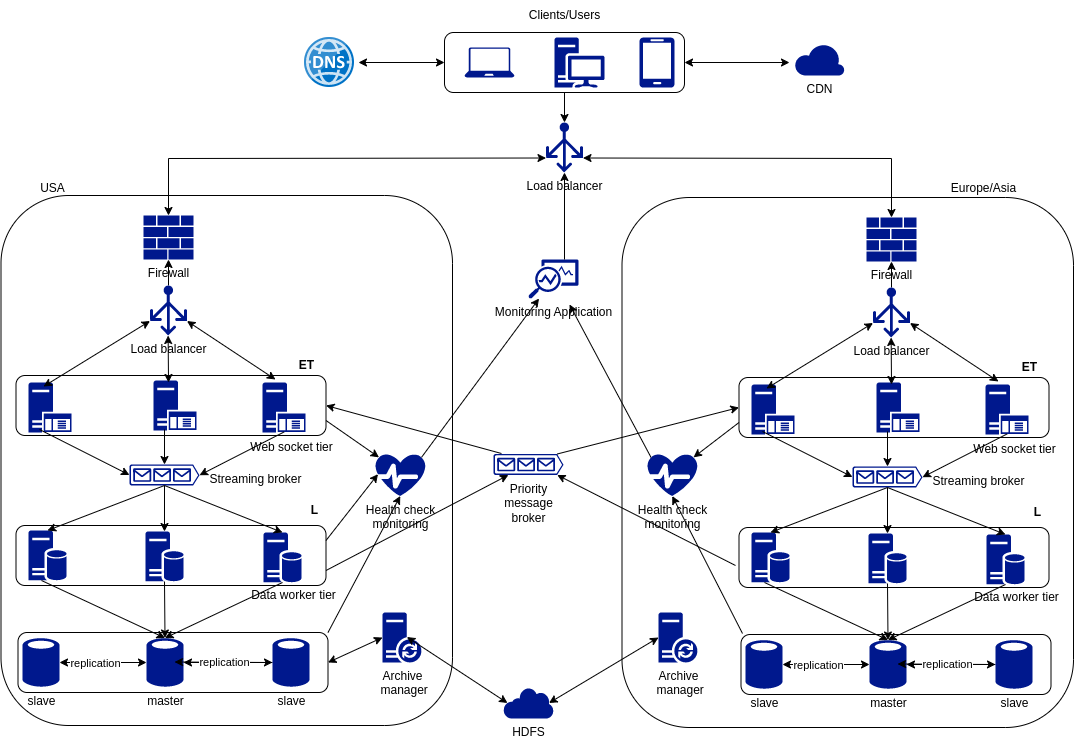
Earlier version of the draw.io export resoures/drawio/HLA_architectural_design_0001.drawio.png (hkravtsov/hla). Source tidied: cells renumbered, new cells last; positions are measured from the earlier drawing's top-left corner, leaving out a move shared by most shapes.
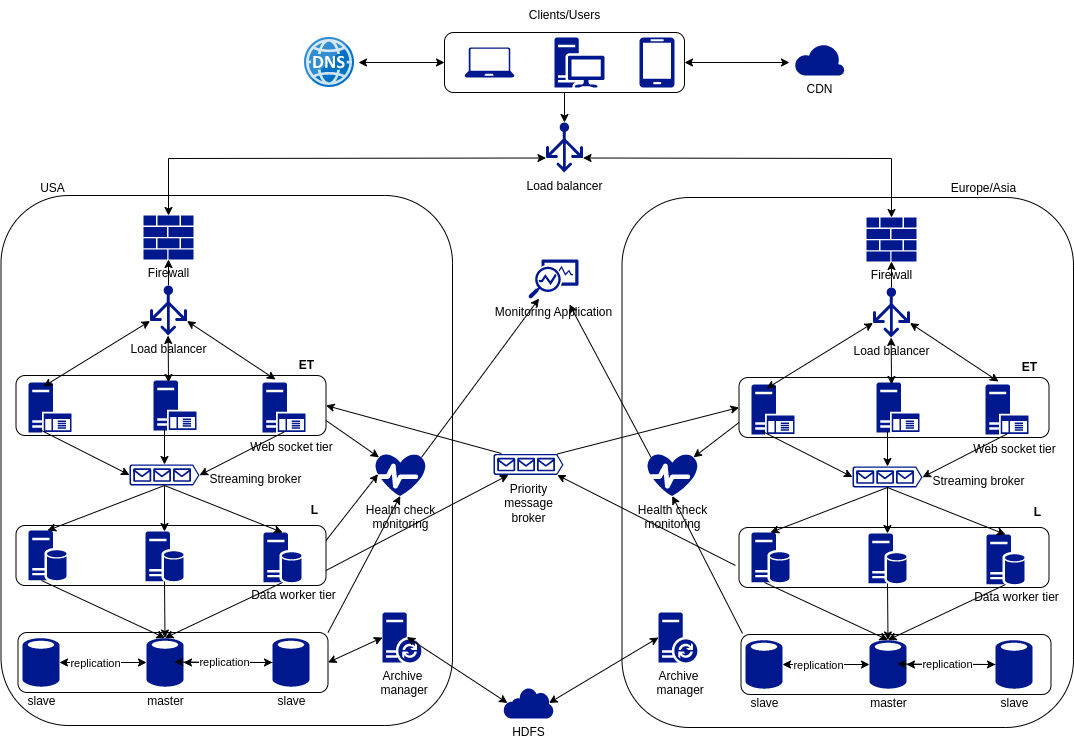
After the change.

Diff of the diagram source:
```diff
@@ -348,9 +348,6 @@
     <mxCell id="113" style="endArrow=classic;html=1;rounded=0;entryX=0.82;entryY=1.154;entryDx=0;entryDy=0;entryPerimeter=0;exitX=0.07;exitY=0.08;exitDx=0;exitDy=0;exitPerimeter=0;" parent="1" edge="1" source="106" target="55">
       <mxGeometry relative="1" as="geometry" />
     </mxCell>
-    <mxCell id="114" style="endArrow=classic;html=1;rounded=0;exitX=0.72;exitY=0;exitDx=0;exitDy=0;exitPerimeter=0;" parent="1" edge="1" source="55" target="2">
-      <mxGeometry relative="1" as="geometry" />
-    </mxCell>
     <mxCell id="115" style="endArrow=classic;startArrow=classic;html=1;rounded=0;entryX=1;entryY=0.71;entryDx=0;entryDy=0;entryPerimeter=0;exitX=0.5;exitY=0;exitDx=0;exitDy=0;exitPerimeter=0;" parent="1" edge="1" source="68" target="2">
       <mxGeometry relative="1" as="geometry">
         <Array as="points">
```
